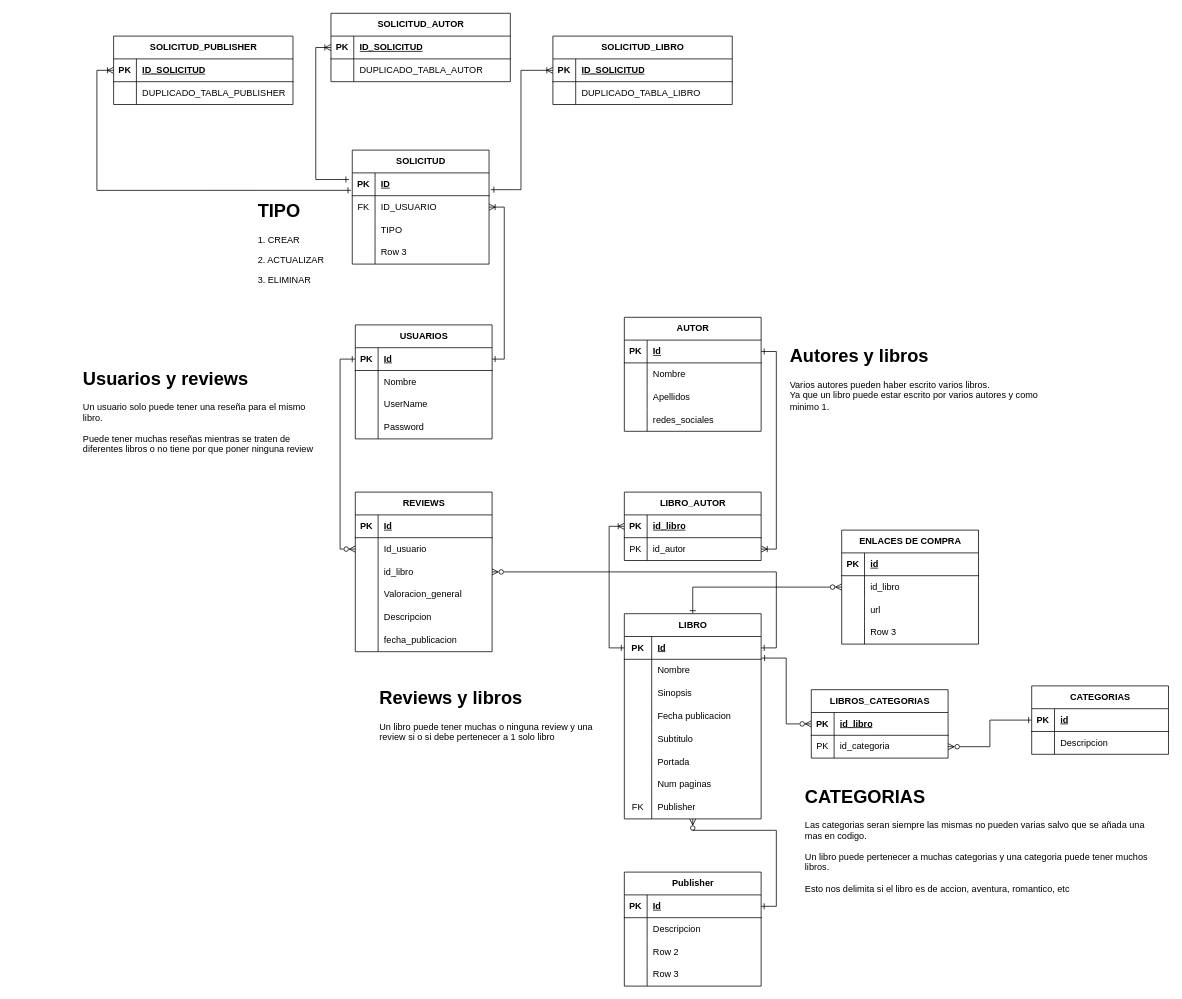
Before: page "Página-2" (2 of 2) of Design/el_mapache_lector.drawio in PPelayo/MapachesLectoresBackend, a draw.io diagram. Source tidied: cells renumbered, new cells numbered last; positions are measured from the earlier drawing's top-left corner, leaving out a move shared by most shapes. Both pictures are drawn from the tidied source at 76%, with x=0, y=0 at pixel (81, 13).
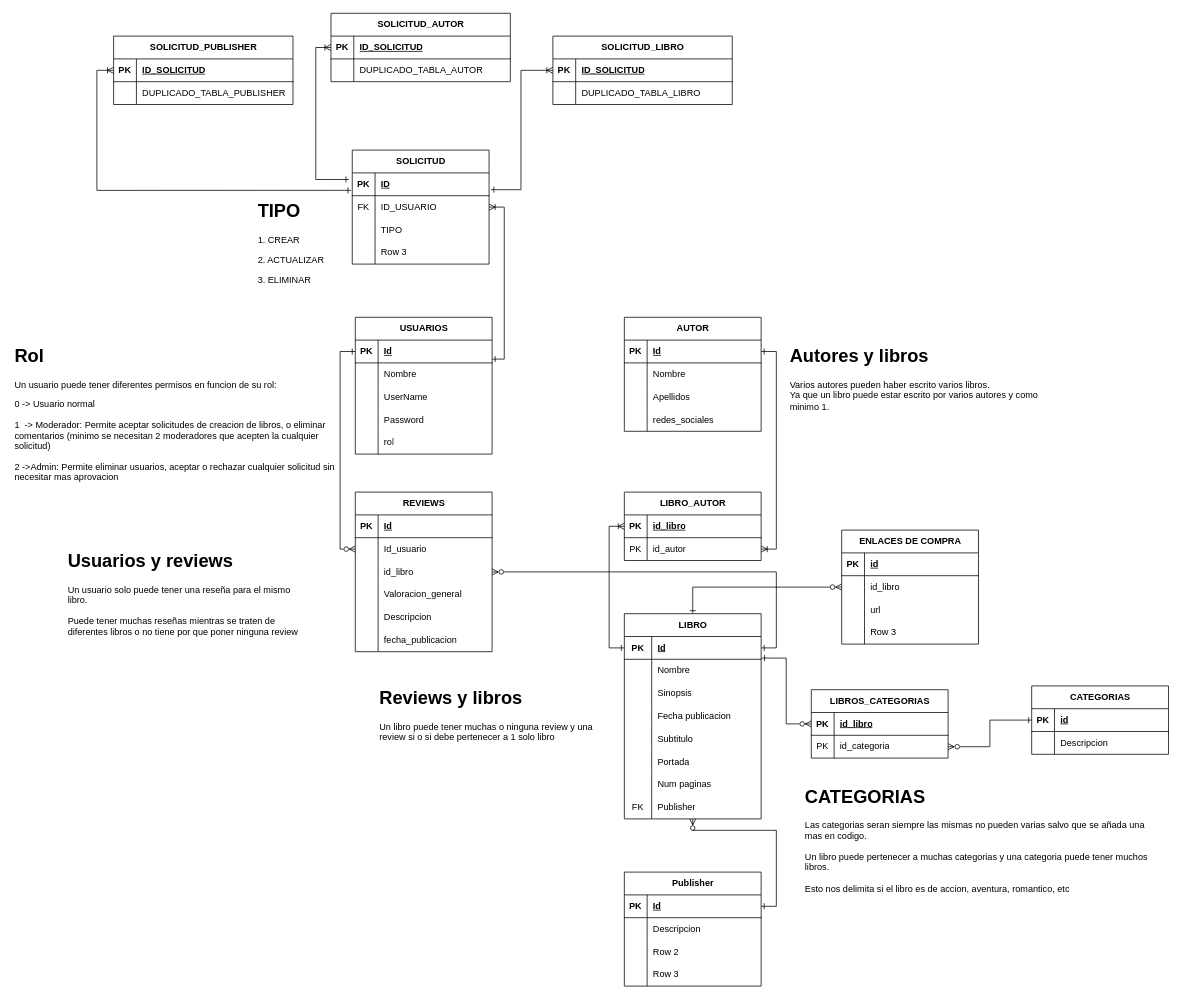
The same page after the edit.

Commit message:
Actualizado diagrama entidad relacion

What changed in the source:
```diff
@@
     <mxCell id="40" value="USUARIOS" style="shape=table;startSize=30;childLayout=tableLayout;rowLines=0;fontStyle=1;align=center;html=1;" parent="1" vertex="1">
-      <mxGeometry x="360" y="410" width="180" height="150" as="geometry" />
+      <mxGeometry x="360" y="400" width="180" height="180" as="geometry" />
     </mxCell>
@@
+    <mxCell id="170" style="shape=tableRow;horizontal=0;startSize=0;swimlaneHead=0;swimlaneBody=0;fillColor=none;top=0;left=0;right=0;bottom=0;" parent="40" vertex="1">
+      <mxGeometry y="150" width="180" height="30" as="geometry" />
+    </mxCell>
+    <mxCell id="171" style="shape=partialRectangle;fillColor=none;top=0;left=0;bottom=0;right=0;overflow=hidden;whiteSpace=wrap;html=1;" parent="170" vertex="1">
+      <mxGeometry width="30" height="30" as="geometry" />
+    </mxCell>
+    <mxCell id="172" value="rol" style="shape=partialRectangle;fillColor=none;top=0;left=0;bottom=0;right=0;align=left;spacingLeft=6;overflow=hidden;whiteSpace=wrap;html=1;" parent="170" vertex="1">
+      <mxGeometry x="30" width="150" height="30" as="geometry" />
+    </mxCell>
@@
     <mxCell id="83" value="&lt;h1 style=&quot;margin-top: 0px;&quot;&gt;Usuarios y reviews&lt;/h1&gt;&lt;p&gt;Un usuario solo puede tener una reseña para el mismo libro.&lt;/p&gt;&lt;p&gt;Puede tener muchas reseñas mientras se traten de diferentes libros o no tiene por que poner ninguna review&lt;/p&gt;" style="text;html=1;whiteSpace=wrap;overflow=hidden;rounded=0;" parent="1" vertex="1">
-      <mxGeometry y="460" width="320" height="140" as="geometry" />
+      <mxGeometry x="-20" y="700" width="320" height="140" as="geometry" />
     </mxCell>
@@
+    <mxCell id="173" value="&lt;h1 style=&quot;margin-top: 0px;&quot;&gt;Rol&lt;/h1&gt;&lt;div&gt;Un usuario puede tener diferentes permisos en funcion de su rol:&lt;/div&gt;&lt;p&gt;0 -&amp;gt; Usuario normal&lt;/p&gt;&lt;p&gt;1&amp;nbsp; -&amp;gt; Moderador: Permite aceptar solicitudes de creacion de libros, o eliminar comentarios (minimo se necesitan 2 moderadores que acepten la cualquier solicitud)&lt;/p&gt;&lt;p&gt;2 -&amp;gt;Admin: Permite eliminar usuarios, aceptar o rechazar cualquier solicitud sin necesitar mas aprovacion&lt;/p&gt;" style="text;html=1;whiteSpace=wrap;overflow=hidden;rounded=0;" parent="1" vertex="1">
+      <mxGeometry x="-90" y="430" width="430" height="200" as="geometry" />
+    </mxCell>
```
